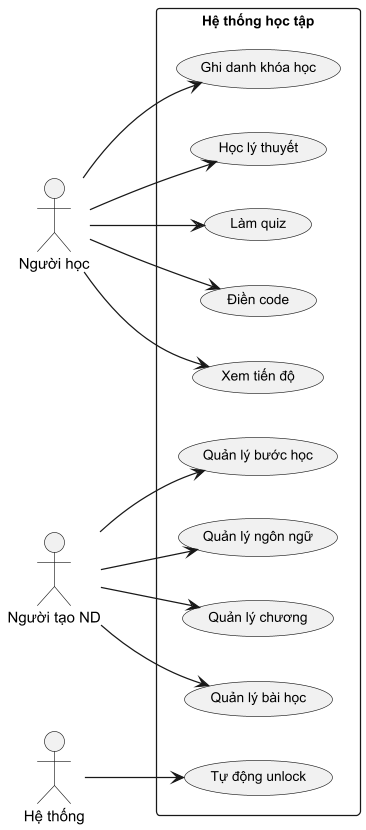
The PlantUML diagram diagrams/uc-learning-detail.png in Lamdzmaoda/Project, before a commit.
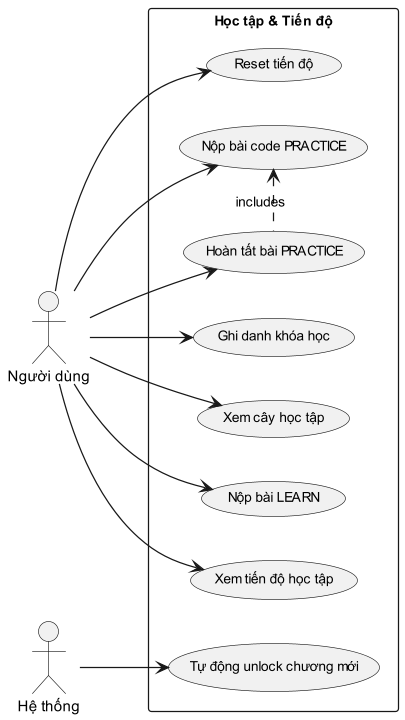
Above is the later version.

Diff of the diagram source:
```diff
@@ -7,32 +7,28 @@
 
 left to right direction
 
-actor "Người học" as USER
-actor "Người tạo ND" as CREATOR
+actor "Người dùng" as USER
 actor "Hệ thống" as SYS
 
-rectangle "Hệ thống học tập" {
-  (Quản lý ngôn ngữ) as L1
-  (Quản lý chương) as L2
-  (Quản lý bài học) as L3
-  (Quản lý bước học) as L4
-  (Ghi danh khóa học) as L5
-  (Học lý thuyết) as L6
-  (Làm quiz) as L7
-  (Điền code) as L8
-  (Xem tiến độ) as L9
-  (Tự động unlock) as L10
+rectangle "Học tập & Tiến độ" {
+  (Ghi danh khóa học) as L1
+  (Xem cây học tập) as L2
+  (Nộp bài LEARN) as L3
+  (Nộp bài code PRACTICE) as L4
+  (Hoàn tất bài PRACTICE) as L5
+  (Xem tiến độ học tập) as L6
+  (Reset tiến độ) as L7
+  (Tự động unlock chương mới) as L8
 
+  USER --> L1
+  USER --> L2
+  USER --> L3
+  USER --> L4
   USER --> L5
   USER --> L6
   USER --> L7
-  USER --> L8
-  USER --> L9
-  CREATOR --> L1
-  CREATOR --> L2
-  CREATOR --> L3
-  CREATOR --> L4
-  SYS --> L10
+  SYS --> L8
+  L4 <. L5 : includes
 }
 
 @enduml
```
